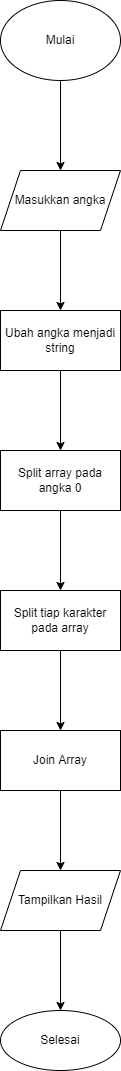
IchsanR/codeImplementation keeps this draw.io diagram as Soal3.png. Above is the earlier version. Source tidied: cells renumbered, new cells last; positions are measured from the earlier drawing's top-left corner, leaving out a move shared by most shapes. Its diagram source:
```xml
<mxGraphModel background="#ffffff">
  <root>
    <mxCell id="0" />
    <mxCell id="1" parent="0" />
    <mxCell id="2" style="edgeStyle=orthogonalEdgeStyle;rounded=0;jettySize=auto;html=1;" parent="1" edge="1" source="3" target="5">
      <mxGeometry relative="1" as="geometry" />
    </mxCell>
    <mxCell id="3" value="Mulai" style="ellipse;whiteSpace=wrap;html=1;" parent="1" vertex="1">
      <mxGeometry width="120" height="80" as="geometry" />
    </mxCell>
    <mxCell id="4" style="edgeStyle=orthogonalEdgeStyle;rounded=0;jettySize=auto;html=1;" parent="1" edge="1" source="5" target="7">
      <mxGeometry relative="1" as="geometry" />
    </mxCell>
    <mxCell id="5" value="Masukkan angka" style="shape=parallelogram;perimeter=parallelogramPerimeter;whiteSpace=wrap;html=1;fixedSize=1;" parent="1" vertex="1">
      <mxGeometry y="170" width="120" height="60" as="geometry" />
    </mxCell>
    <mxCell id="6" style="edgeStyle=orthogonalEdgeStyle;rounded=0;jettySize=auto;html=1;" parent="1" edge="1" source="7" target="9">
      <mxGeometry relative="1" as="geometry" />
    </mxCell>
    <mxCell id="7" value="Ubah angka menjadi string" style="whiteSpace=wrap;html=1;" parent="1" vertex="1">
      <mxGeometry y="310" width="120" height="60" as="geometry" />
    </mxCell>
    <mxCell id="8" style="edgeStyle=orthogonalEdgeStyle;rounded=0;jettySize=auto;html=1;" parent="1" edge="1" source="9" target="11">
      <mxGeometry relative="1" as="geometry" />
    </mxCell>
    <mxCell id="9" value="Split array pada angka 0" style="whiteSpace=wrap;html=1;" parent="1" vertex="1">
      <mxGeometry y="450" width="120" height="60" as="geometry" />
    </mxCell>
    <mxCell id="10" style="edgeStyle=orthogonalEdgeStyle;rounded=0;jettySize=auto;html=1;" parent="1" edge="1" source="11" target="13">
      <mxGeometry relative="1" as="geometry" />
    </mxCell>
    <mxCell id="11" value="Split tiap karakter pada array" style="whiteSpace=wrap;html=1;" parent="1" vertex="1">
      <mxGeometry y="590" width="120" height="60" as="geometry" />
    </mxCell>
    <mxCell id="12" style="edgeStyle=orthogonalEdgeStyle;rounded=0;jettySize=auto;html=1;" parent="1" edge="1" source="13" target="15">
      <mxGeometry relative="1" as="geometry" />
    </mxCell>
    <mxCell id="13" value="Join Array" style="whiteSpace=wrap;html=1;" parent="1" vertex="1">
      <mxGeometry y="730" width="120" height="60" as="geometry" />
    </mxCell>
    <mxCell id="14" style="edgeStyle=orthogonalEdgeStyle;rounded=0;jettySize=auto;html=1;" parent="1" edge="1" source="15" target="16">
      <mxGeometry relative="1" as="geometry" />
    </mxCell>
    <mxCell id="15" value="Tampilkan Hasil" style="shape=parallelogram;perimeter=parallelogramPerimeter;whiteSpace=wrap;html=1;fixedSize=1;" parent="1" vertex="1">
      <mxGeometry y="870" width="120" height="60" as="geometry" />
    </mxCell>
    <mxCell id="16" value="Selesai" style="ellipse;whiteSpace=wrap;html=1;" parent="1" vertex="1">
      <mxGeometry y="1010" width="120" height="60" as="geometry" />
    </mxCell>
  </root>
</mxGraphModel>
```
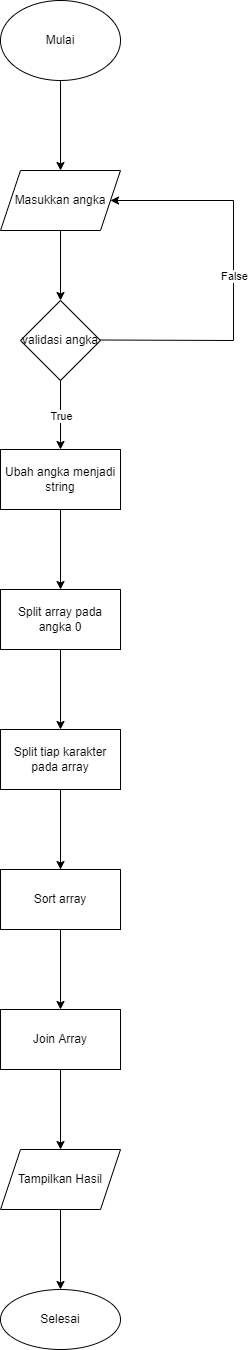
The same file after the commit.

Change to the diagram source:
```diff
@@ -8,9 +8,9 @@
     <mxCell id="3" value="Mulai" style="ellipse;whiteSpace=wrap;html=1;" parent="1" vertex="1">
       <mxGeometry width="120" height="80" as="geometry" />
     </mxCell>
-    <mxCell id="4" style="edgeStyle=orthogonalEdgeStyle;rounded=0;jettySize=auto;html=1;" parent="1" edge="1" source="5" target="7">
-      <mxGeometry relative="1" as="geometry" />
-    </mxCell>
+    <mxCell id="17" style="edgeStyle=orthogonalEdgeStyle;rounded=0;jettySize=auto;html=1;" parent="1" edge="1" source="5" target="20">
+      <mxGeometry relative="1" as="geometry" />
+    </mxCell>
     <mxCell id="5" value="Masukkan angka" style="shape=parallelogram;perimeter=parallelogramPerimeter;whiteSpace=wrap;html=1;fixedSize=1;" parent="1" vertex="1">
       <mxGeometry y="170" width="120" height="60" as="geometry" />
     </mxCell>
@@ -18,34 +18,61 @@
       <mxGeometry relative="1" as="geometry" />
     </mxCell>
     <mxCell id="7" value="Ubah angka menjadi string" style="whiteSpace=wrap;html=1;" parent="1" vertex="1">
-      <mxGeometry y="310" width="120" height="60" as="geometry" />
+      <mxGeometry y="449" width="120" height="60" as="geometry" />
     </mxCell>
     <mxCell id="8" style="edgeStyle=orthogonalEdgeStyle;rounded=0;jettySize=auto;html=1;" parent="1" edge="1" source="9" target="11">
       <mxGeometry relative="1" as="geometry" />
     </mxCell>
     <mxCell id="9" value="Split array pada angka 0" style="whiteSpace=wrap;html=1;" parent="1" vertex="1">
-      <mxGeometry y="450" width="120" height="60" as="geometry" />
+      <mxGeometry y="589" width="120" height="60" as="geometry" />
     </mxCell>
     <mxCell id="10" style="edgeStyle=orthogonalEdgeStyle;rounded=0;jettySize=auto;html=1;" parent="1" edge="1" source="11" target="13">
       <mxGeometry relative="1" as="geometry" />
     </mxCell>
+    <mxCell id="18" style="edgeStyle=orthogonalEdgeStyle;rounded=0;jettySize=auto;html=1;" parent="1" edge="1" source="11" target="19">
+      <mxGeometry relative="1" as="geometry" />
+    </mxCell>
     <mxCell id="11" value="Split tiap karakter pada array" style="whiteSpace=wrap;html=1;" parent="1" vertex="1">
-      <mxGeometry y="590" width="120" height="60" as="geometry" />
+      <mxGeometry y="729" width="120" height="60" as="geometry" />
     </mxCell>
     <mxCell id="12" style="edgeStyle=orthogonalEdgeStyle;rounded=0;jettySize=auto;html=1;" parent="1" edge="1" source="13" target="15">
       <mxGeometry relative="1" as="geometry" />
     </mxCell>
     <mxCell id="13" value="Join Array" style="whiteSpace=wrap;html=1;" parent="1" vertex="1">
-      <mxGeometry y="730" width="120" height="60" as="geometry" />
+      <mxGeometry y="1009" width="120" height="60" as="geometry" />
     </mxCell>
     <mxCell id="14" style="edgeStyle=orthogonalEdgeStyle;rounded=0;jettySize=auto;html=1;" parent="1" edge="1" source="15" target="16">
       <mxGeometry relative="1" as="geometry" />
     </mxCell>
     <mxCell id="15" value="Tampilkan Hasil" style="shape=parallelogram;perimeter=parallelogramPerimeter;whiteSpace=wrap;html=1;fixedSize=1;" parent="1" vertex="1">
-      <mxGeometry y="870" width="120" height="60" as="geometry" />
+      <mxGeometry y="1149" width="120" height="60" as="geometry" />
     </mxCell>
     <mxCell id="16" value="Selesai" style="ellipse;whiteSpace=wrap;html=1;" parent="1" vertex="1">
-      <mxGeometry y="1010" width="120" height="60" as="geometry" />
+      <mxGeometry y="1289" width="120" height="60" as="geometry" />
     </mxCell>
+    <mxCell id="19" value="Sort array" style="whiteSpace=wrap;html=1;" parent="1" vertex="1">
+      <mxGeometry y="869" width="120" height="60" as="geometry" />
+    </mxCell>
+    <mxCell id="20" value="validasi angka" style="rhombus;whiteSpace=wrap;html=1;" parent="1" vertex="1">
+      <mxGeometry x="20" y="300" width="80" height="80" as="geometry" />
+    </mxCell>
+    <mxCell id="21" style="endArrow=classic;html=1;rounded=0;exitX=0.5;exitY=1;exitDx=0;exitDy=0;" parent="1" edge="1" source="20" target="7">
+      <mxGeometry relative="1" as="geometry" />
+    </mxCell>
+    <mxCell id="22" value="True" style="edgeLabel;html=1;align=center;verticalAlign=middle;" parent="21" vertex="1">
+      <mxGeometry relative="1" as="geometry" />
+    </mxCell>
+    <mxCell id="23" style="endArrow=classic;html=1;rounded=0;entryX=1;entryY=0.5;entryDx=0;entryDy=0;" parent="1" edge="1" target="5">
+      <mxGeometry relative="1" as="geometry">
+        <mxPoint x="100" y="339.5" as="sourcePoint" />
+        <Array as="points">
+          <mxPoint x="233" y="340" />
+          <mxPoint x="233" y="200" />
+        </Array>
+      </mxGeometry>
+    </mxCell>
+    <mxCell id="24" value="False" style="edgeLabel;html=1;align=center;verticalAlign=middle;" parent="23" vertex="1">
+      <mxGeometry relative="1" as="geometry" />
+    </mxCell>
   </root>
 </mxGraphModel>
```
